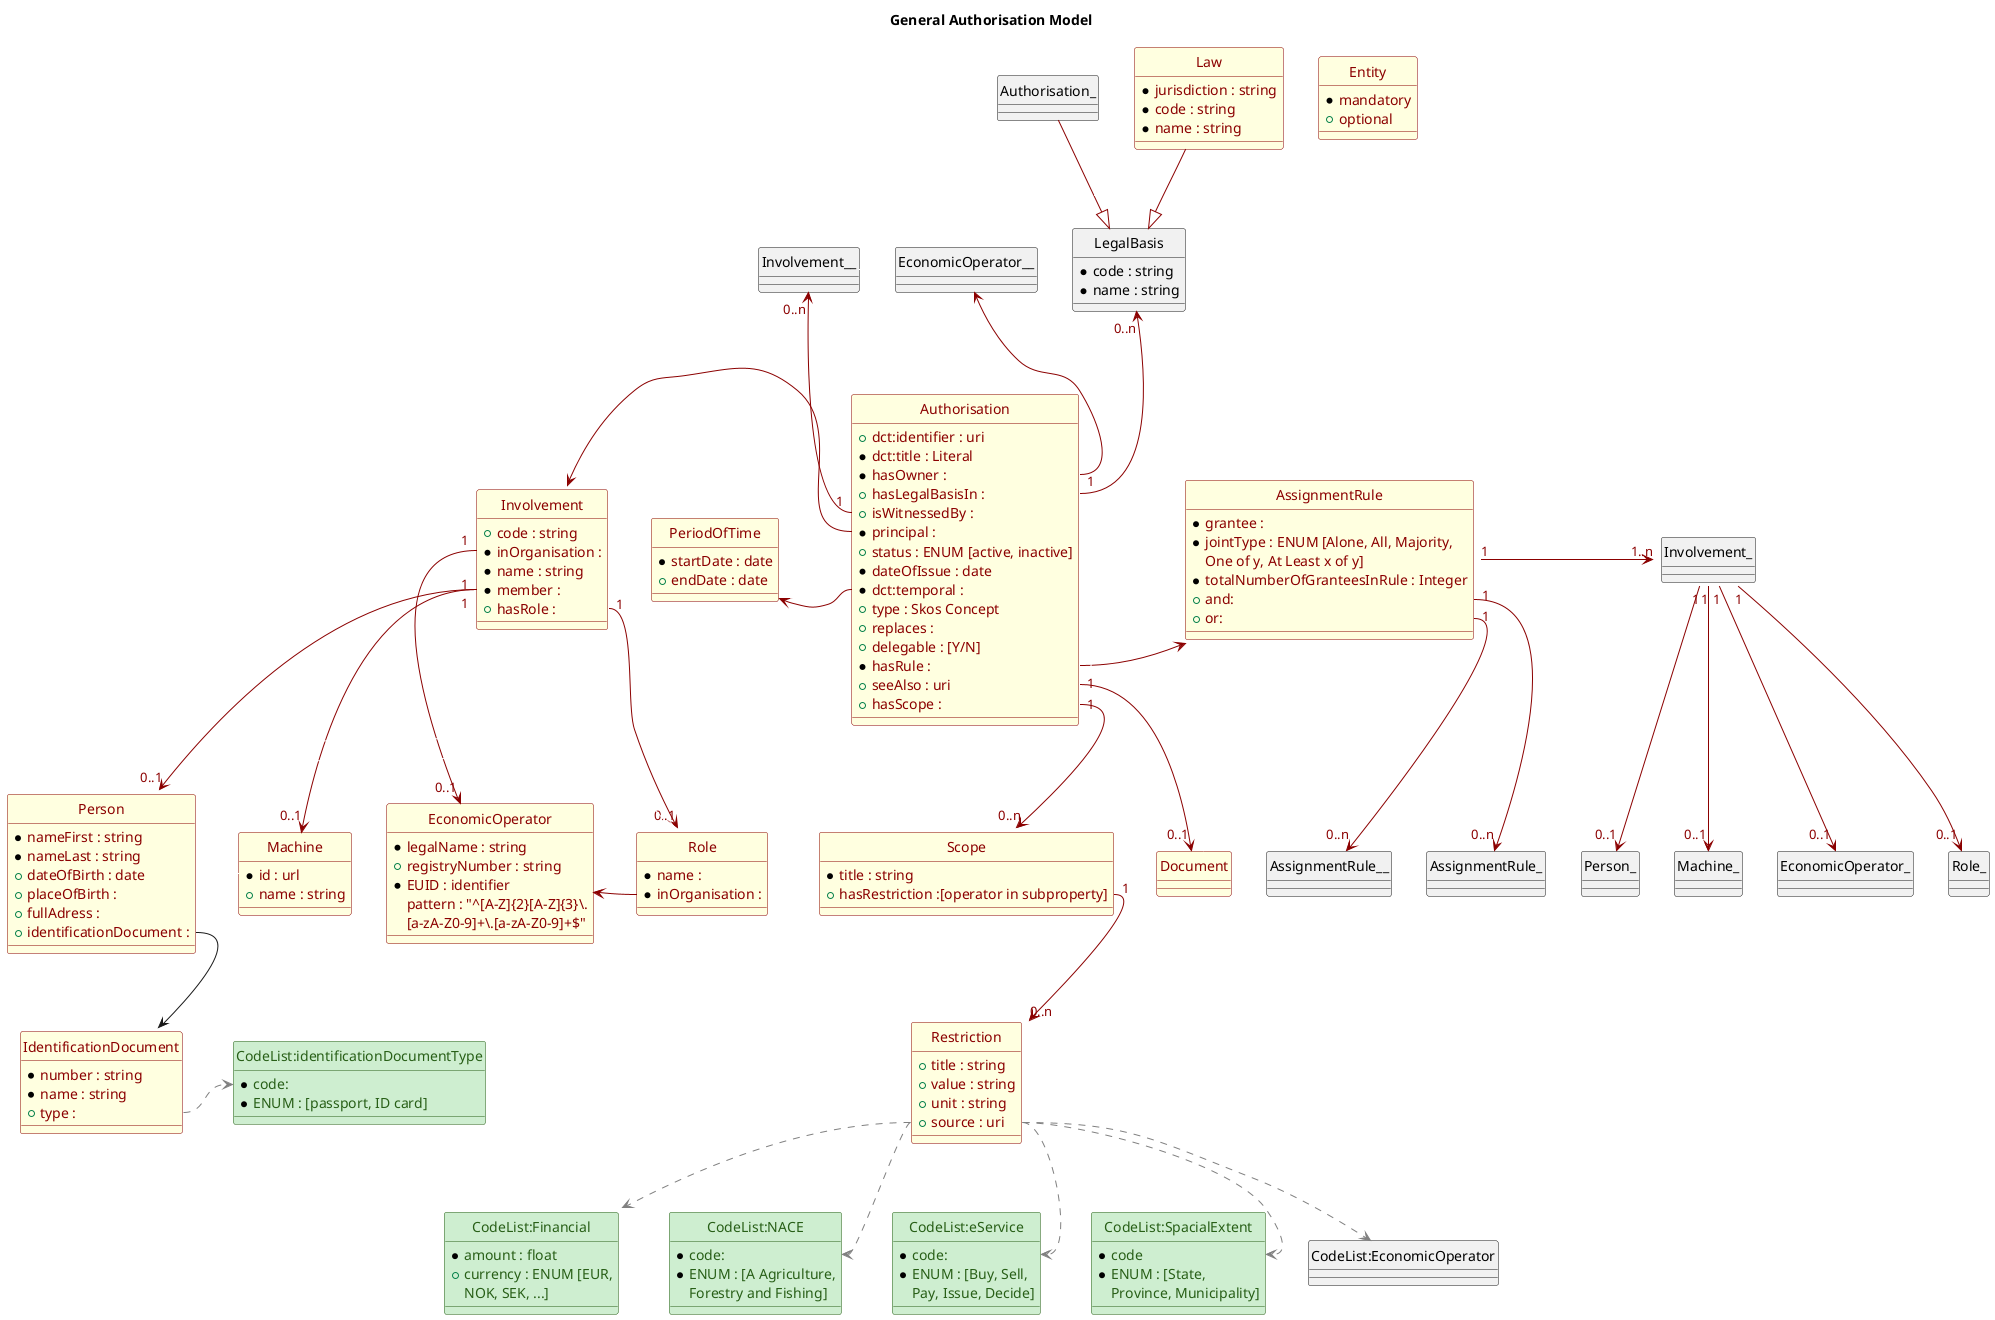
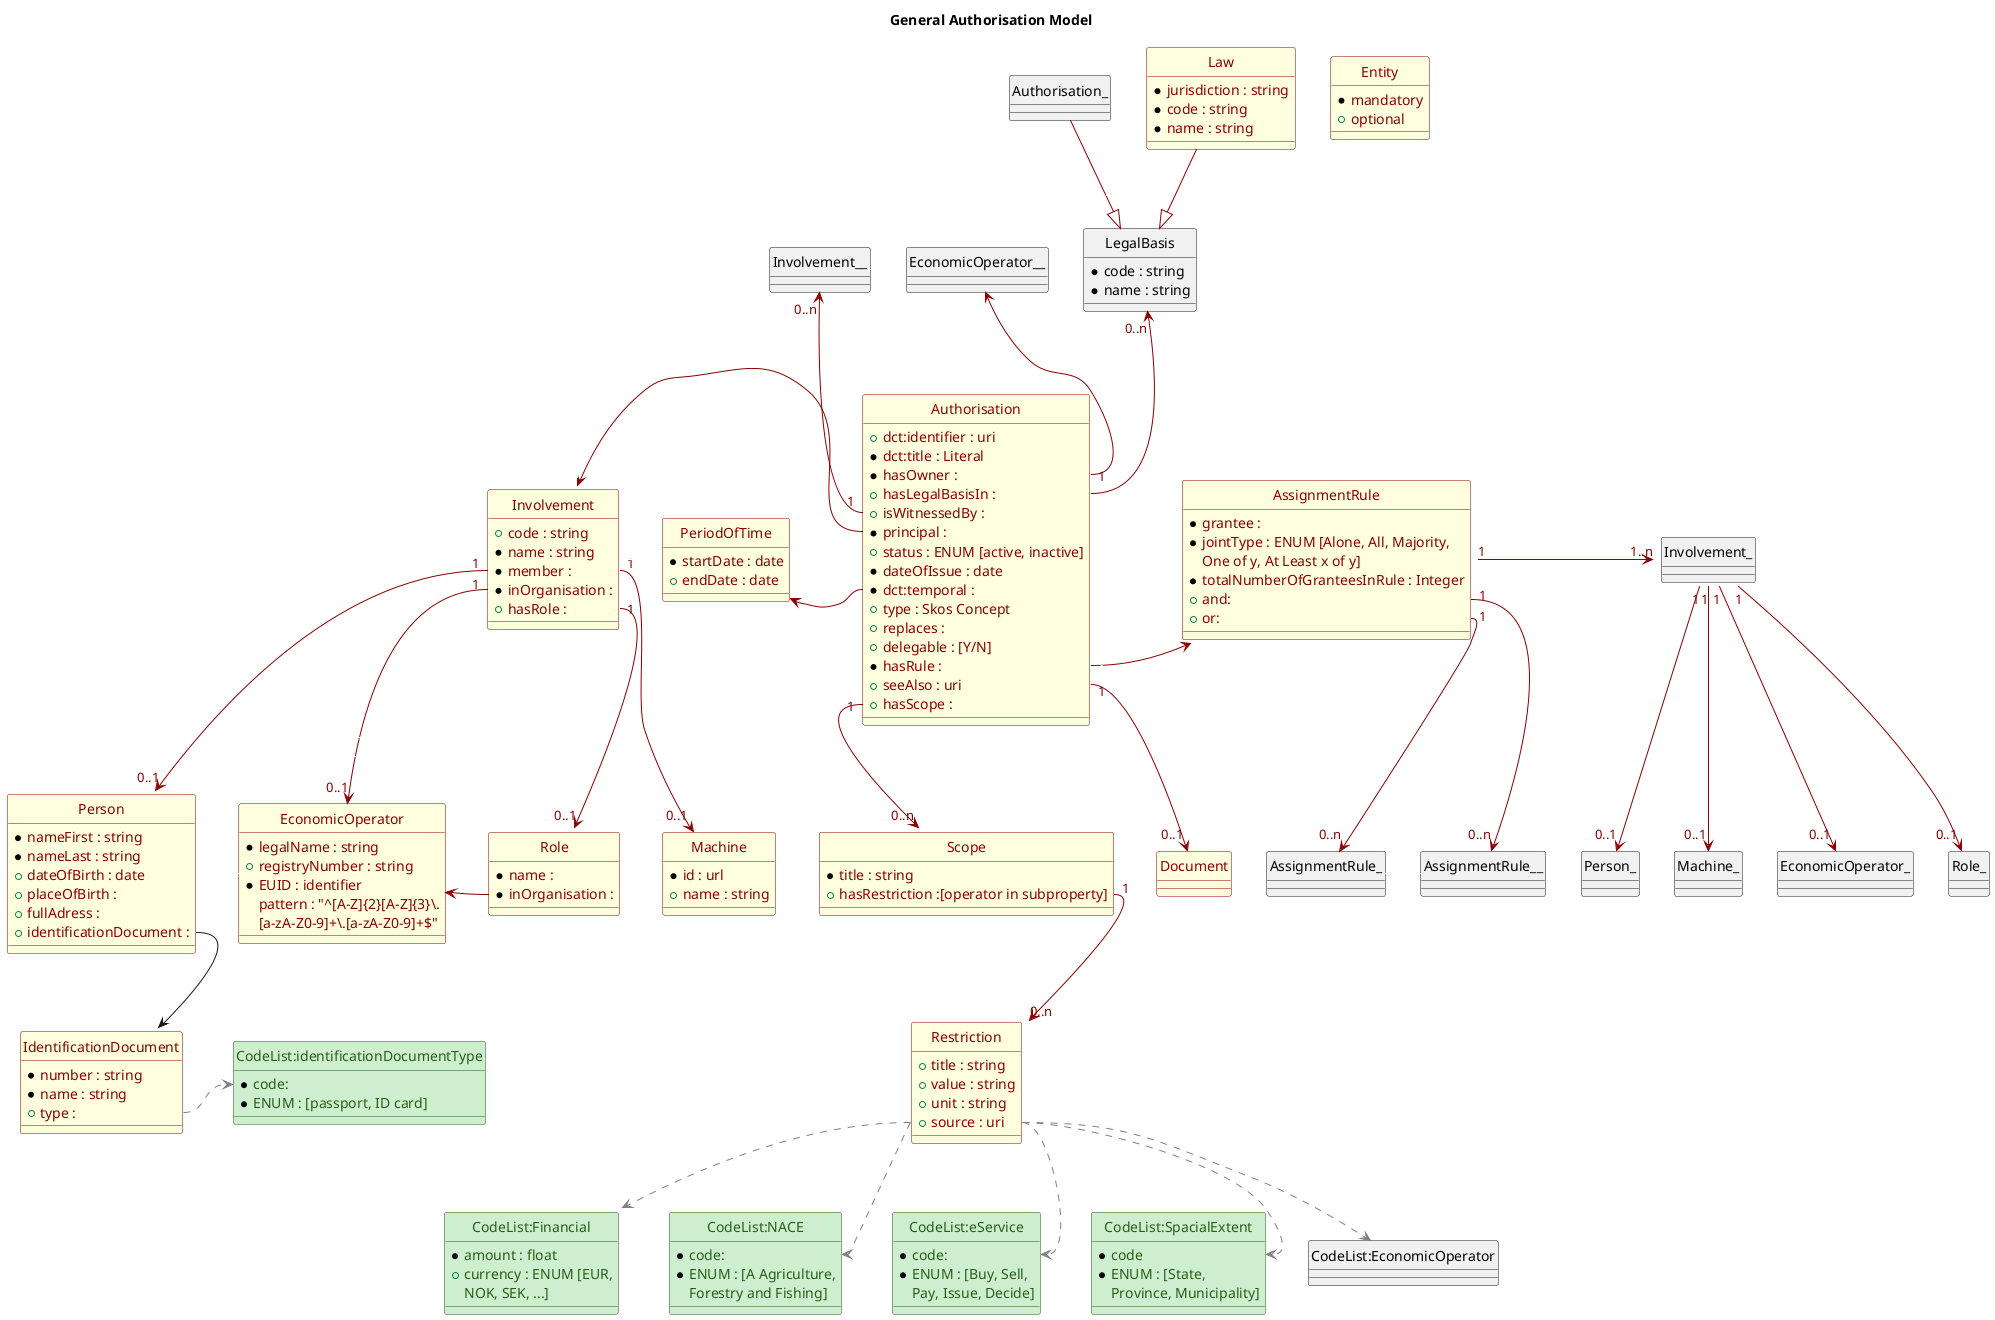
@startuml
title General Authorisation Model

class Authorisation {
 +dct:identifier : uri
 *dct:title : Literal
 *hasOwner :
 +hasLegalBasisIn :
 +isWitnessedBy :
 *principal :
 +status : ENUM [active, inactive]
 *dateOfIssue : date
 *dct:temporal :
 +type : Skos Concept
 'type is optional, just in case property.
 +replaces :
 +delegable : [Y/N]
 *hasRule :
 +seeAlso : uri
 +hasScope :
}

class AssignmentRule {
 *grantee :
 *jointType : ENUM [Alone, All, Majority,
 One of y, At Least x of y]
 *totalNumberOfGranteesInRule : Integer
 +and:
 +or:
}

class LegalBasis {
 *code : string
 *name : string
}

class Law {
 *jurisdiction : string
 *code : string
 *name : string
}

class PeriodOfTime {
 *startDate : date
 +endDate : date
}


class IdentificationDocument {
 *number : string
 *name : string
 +type :
}

class Involvement {
 +code : string
+  *name : string
+  *member :
 *inOrganisation :
-  *name : string
-  *member :
 +hasRole :
}

class Machine {
 *id : url
 +name : string
}

class Person {
 *nameFirst : string
 *nameLast : string
 +dateOfBirth : date
 +placeOfBirth :
 +fullAdress :
 +identificationDocument :
}

class Role {
 *name :
 *inOrganisation :
}

class Restriction {
 +title : string
 +value : string
 +unit : string
 +source : uri
 'the source points to the code, not the code list..
 'make as much restrictions as you need to define the scope.
 }

class CodeList:Financial
{
 *amount : float
 +currency : ENUM [EUR,
 NOK, SEK, ...]
}

class CodeList:NACE
{
 *code:
 *ENUM : [A Agriculture,
 Forestry and Fishing]
}

class CodeList:identificationDocumentType
{
 *code:
 *ENUM : [passport, ID card]
}

class CodeList:eService
{
 *code:
 *ENUM : [Buy, Sell,
 Pay, Issue, Decide]
}

class CodeList:SpacialExtent
{
 *code
 *ENUM : [State,
 Province, Municipality]
}

class  EconomicOperator
{
 *legalName : string
 +registryNumber : string
 *EUID : identifier
 pattern : "^[A-Z]{2}[A-Z]{3}\\.
 [a-zA-Z0-9]+\\.[a-zA-Z0-9]+$"
}

class Scope {
 *title : string
 +hasRestriction :[operator in subproperty]
}

class Entity {
 *mandatory
 +optional
}

Authorisation::principal "1" -left-> "1..n" Involvement #line:DarkRed;text:White :_____
Authorisation::isWitnessedBy "1" -up-> "0..n" Involvement__ #line:DarkRed;text:DarkRed
Authorisation::hasLegalBasisIn "1" -up-> "0..n" LegalBasis #line:DarkRed;text:DarkRed
Authorisation::hasScope "1" -down-> "0..n" Scope #line:DarkRed;text:DarkRed
Authorisation::seeAlso "1" -down-> "0..1" Document #line:DarkRed;text:DarkRed
Authorisation::hasRule "1" -right-> "1" AssignmentRule #line:DarkRed;text:White :_____
Authorisation::temporal "1" -left-> "1" PeriodOfTime #line:DarkRed;text:White :_____
Authorisation::hasOwner "1" -up-> "1" EconomicOperator__ #line:DarkRed;text:White :_____

LegalBasis  <|-up- Law #line:DarkRed;text:White :_____
LegalBasis  <|-up- Authorisation_ #line:DarkRed;text:White :_____


AssignmentRule::isAssignedTo "1" -right-> "1..n" Involvement_ #line:DarkRed;text:DarkRed
- AssignmentRule::and "1" -down-> "0..n" AssignmentRule_ #line:DarkRed;text:DarkRed
- AssignmentRule::or "1" -down-> "0..n" AssignmentRule__ #line:DarkRed;text:DarkRed
+ AssignmentRule::and "1" -down-> "0..n" AssignmentRule__ #line:DarkRed;text:DarkRed
+ AssignmentRule::or "1" -down-> "0..n" AssignmentRule_ #line:DarkRed;text:DarkRed

Involvement::hasRole "1" -down-> "0..1" Role #line:DarkRed;text:DarkRed
Involvement::member "1" -down-> "0..1" Person  #line:DarkRed;text:DarkRed
Involvement::member "1" -down-> "0..1" Machine  #line:DarkRed;text:DarkRed
Involvement::inOrganisation "1" -down-> "0..1" EconomicOperator  #line:DarkRed;text:DarkRed
Involvement_::hasRole "1" -down-> "0..1" Role_ #line:DarkRed;text:DarkRed
Involvement_::member "1" -down-> "0..1" Person_  #line:DarkRed;text:DarkRed
Involvement_::member "1" -down-> "0..1" Machine_  #line:DarkRed;text:DarkRed
Involvement_::inOrganisation "1" -down-> "0..1" EconomicOperator_  #line:DarkRed;text:DarkRed

Restriction::source .down.> "CodeList:NACE::code" #line:Gray;text:DarkRed
Restriction::source .down.> "CodeList:eService::code" #line:Gray;text:DarkRed
Restriction::source .down.> "CodeList:EconomicOperator" #line:Gray;text:DarkRed
Restriction::source .down.> "CodeList:SpacialExtent::code" #line:Gray;text:DarkRed
Restriction::source .down.> "CodeList:Financial::code" #line:Gray;text:DarkRed
Person::identificationDocument -down-> IdentificationDocument
IdentificationDocument::type .right.> "CodeList:identificationDocumentType::code" #line:Gray;text:DarkRed

Role::inOrganisation -left-> "EconomicOperator" #line:DarkRed;text:DarkRed

Scope::hasRestriction "1" -down-> "0..n" Restriction #line:DarkRed;text:DarkRed

AssignmentRule -down-> Document #line:White
Role -right- Person #line:White
- Person -right- Machine #line:White
+ 'Person -right- Machine #line:White
Role -left- Person #line:White
EconomicOperator__ -left- Involvement__ #line:White
+ EconomicOperator -left- Person #line:White
Involvement -right- PeriodOfTime #line:White
+ AssignmentRule_ -right- AssignmentRule__ #line:White

class Authorisation #LightYellow;line:DarkRed;text:DarkRed
class Law #LightYellow;line:DarkRed;text:DarkRed
class Scope #LightYellow;line:DarkRed;text:DarkRed
class Document #LightYellow;line:DarkRed;text:DarkRed
class IdentificationDocument #LightYellow;line:DarkRed;text:DarkRed
class EconomicOperator #LightYellow;line:DarkRed;text:DarkRed
class Involvement #LightYellow;line:DarkRed;text:DarkRed
class Role #LightYellow;line:DarkRed;text:DarkRed
class Person #LightYellow;line:DarkRed;text:DarkRed
class Machine #LightYellow;line:DarkRed;text:DarkRed
class AssignmentRule #LightYellow;line:DarkRed;text:DarkRed
class Restriction #LightYellow;line:DarkRed;text:DarkRed
class Entity #LightYellow;line:DarkRed;text:DarkRed
class PeriodOfTime #LightYellow;line:DarkRed;text:DarkRed
class CodeList:eService #CEEED0;line:285F17;text:285F17
class CodeList:Financial #CEEED0;line:285F17;text:285F17
class CodeList:NACE #CEEED0;line:285F17;text:285F17
class CodeList:SpacialExtent #CEEED0;line:285F17;text:285F17
class CodeList:identificationDocumentType #CEEED0;line:285F17;text:285F17

hide circle

@enduml
